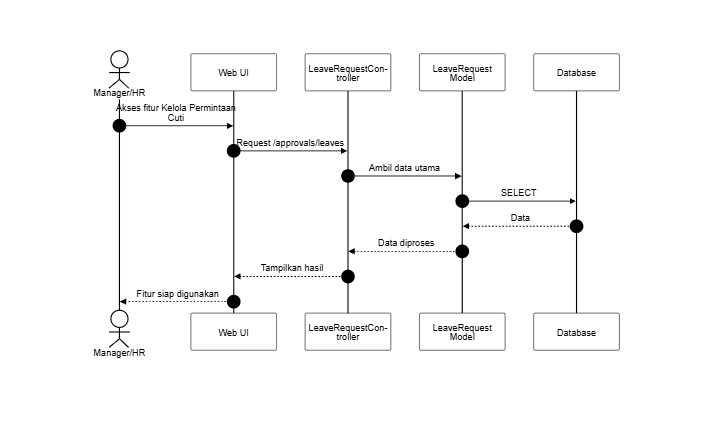
This is docs/SequenceDiagram/PNG_Transparent/PersetujuanCuti-Hapus.png from SulaimanHafi23/SimpegRSHDI, a Mermaid export, as it was before one commit. Its source is kept beside it as docs/SequenceDiagram/PersetujuanCuti-Hapus.mermaid. Its diagram source:
```mermaid
%%{init: {"theme": "base", "themeVariables": {"background": "#dddddd", "primaryColor": "#ffffff", "primaryBorderColor": "#000000", "primaryTextColor": "#000000", "lineColor": "#000000", "textColor": "#000000", "actorBkg": "#ffffff", "actorBorder": "#000000", "actorTextColor": "#000000", "activationBkgColor": "#ffffff", "activationBorderColor": "#000000", "signalColor": "#000000", "signalTextColor": "#000000", "labelBoxBkgColor": "#ffffff", "labelBoxBorderColor": "#000000", "labelTextColor": "#000000", "sequenceNumberColor": "#000000", "noteBkgColor": "#ffffff", "noteBorderColor": "#000000", "noteTextColor": "#000000"}, "sequence": {"useMaxWidth": true, "wrap": true, "messageFontSize": 12, "noteFontSize": 12}}}%%
sequenceDiagram
    autonumber
    actor A as Manager/HR
    participant UI as Web UI
    participant C as LeaveRequestController
    participant M as LeaveRequest Model
    participant DB as Database

    A->>UI: Akses fitur Kelola Permintaan Cuti
    UI->>C: Request /approvals/leaves
    C->>M: Ambil data utama
    M->>DB: SELECT
    DB-->>M: Data
    M-->>C: Data diproses
    C-->>UI: Tampilkan hasil
    UI-->>A: Fitur siap digunakan
```
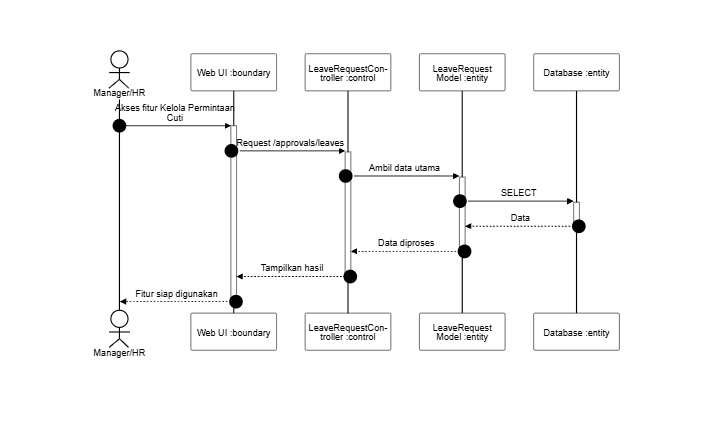
Later version of the same file.

The edit, as a diff of the source:
```diff
@@ -2,16 +2,16 @@
 sequenceDiagram
     autonumber
     actor A as Manager/HR
-    participant UI as Web UI
-    participant C as LeaveRequestController
-    participant M as LeaveRequest Model
-    participant DB as Database
+    participant UI as Web UI :boundary
+    participant C as LeaveRequestController :control
+    participant M as LeaveRequest Model :entity
+    participant DB as Database :entity
 
-    A->>UI: Akses fitur Kelola Permintaan Cuti
-    UI->>C: Request /approvals/leaves
-    C->>M: Ambil data utama
-    M->>DB: SELECT
-    DB-->>M: Data
-    M-->>C: Data diproses
-    C-->>UI: Tampilkan hasil
-    UI-->>A: Fitur siap digunakan
+    A->>+UI: Akses fitur Kelola Permintaan Cuti
+    UI->>+C: Request /approvals/leaves
+    C->>+M: Ambil data utama
+    M->>+DB: SELECT
+    DB-->>-M: Data
+    M-->>-C: Data diproses
+    C-->>-UI: Tampilkan hasil
+    UI-->>-A: Fitur siap digunakan
```
